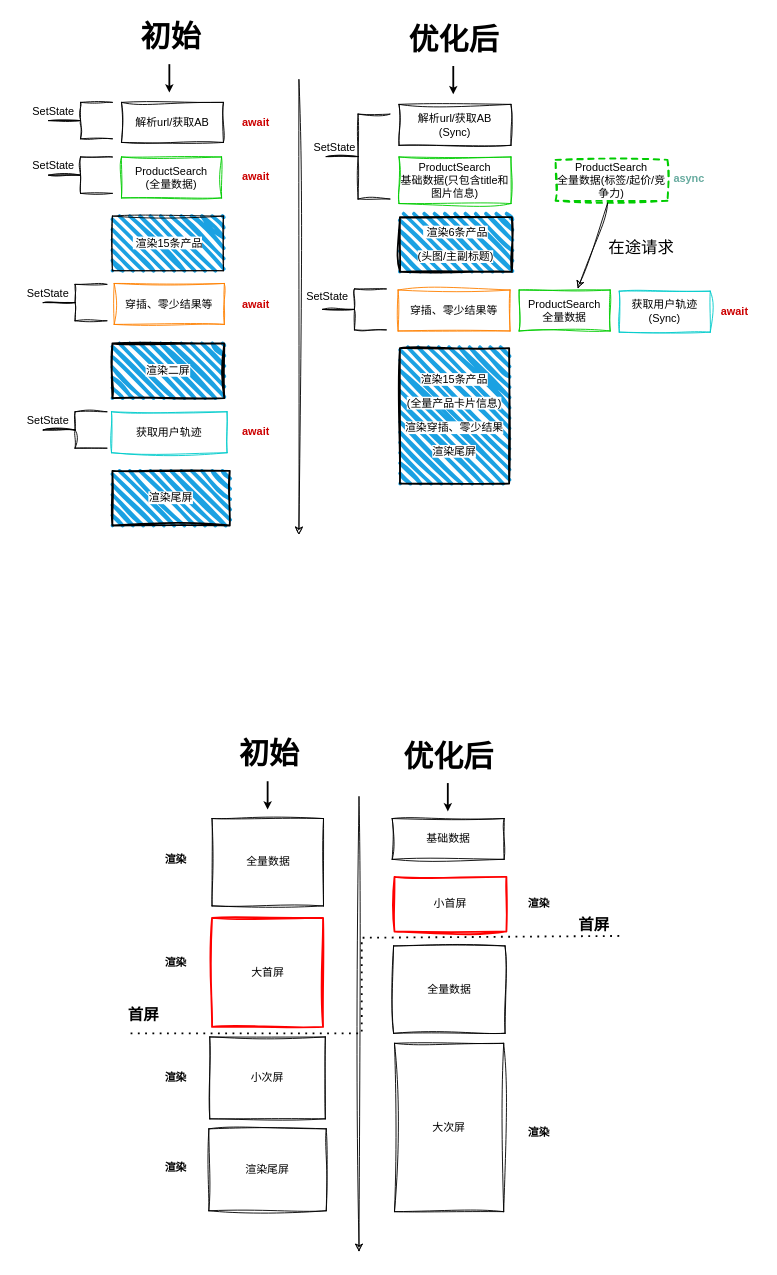
Earlier version of the draw.io diagram page "简约版" (2 of 6) of performance/list优化.drawio (weixiaoH/free). Source tidied: cells renumbered, new cells numbered last; positions are measured from the earlier drawing's top-left corner, leaving out a move shared by most shapes. Both pictures are drawn from the tidied source at 91%, with x=0, y=0 at pixel (15, 15).
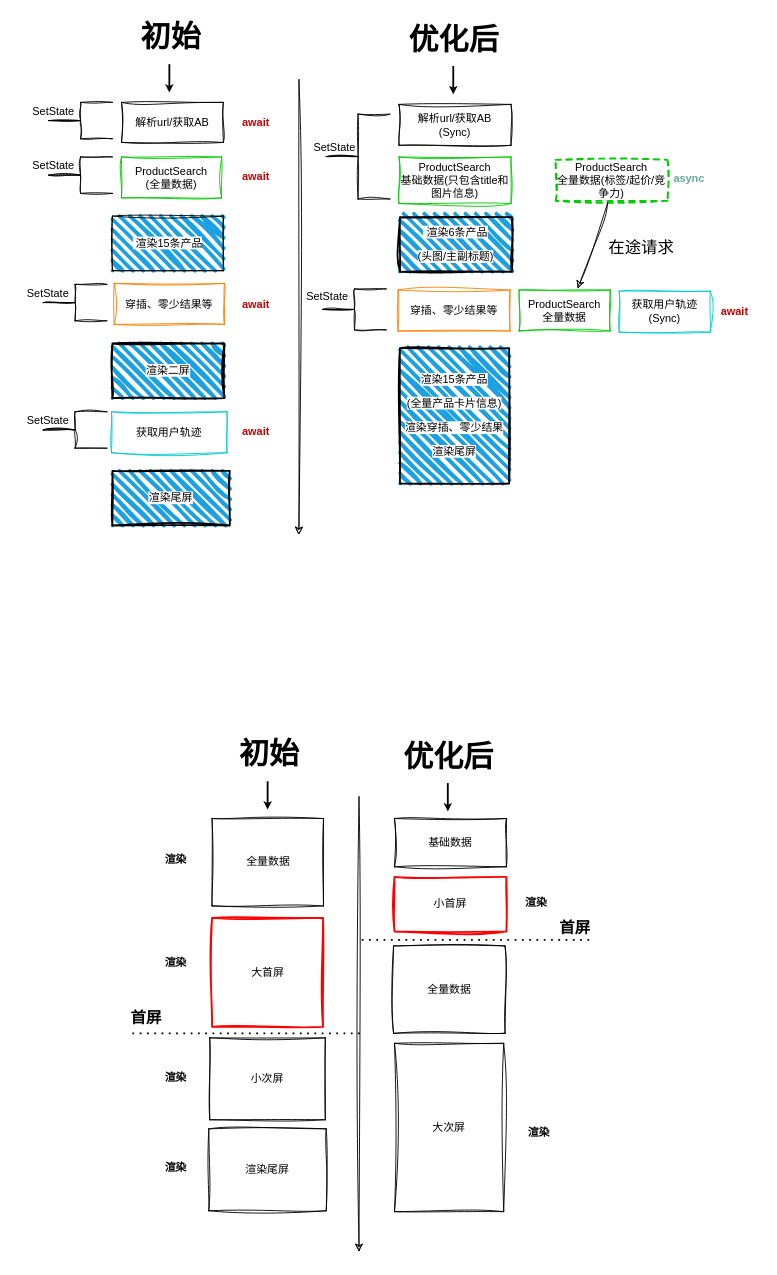
The same diagram, later.

What changed in the source:
```diff
@@
     <mxCell id="56" value="小次屏" style="rounded=0;absoluteArcSize=1;html=1;arcSize=10;whiteSpace=wrap;strokeColor=#000000;fillColor=inherit;fillWeight=4;hachureGap=8;hachureAngle=45;strokeWidth=1;fontFamily=Helvetica;fontSize=12;fontColor=default;shadow=0;glass=0;sketch=1;curveFitting=1;jiggle=2;" parent="1" vertex="1">
-      <mxGeometry x="213" y="1122" width="127" height="90" as="geometry" />
+      <mxGeometry x="213" y="1123" width="127" height="90" as="geometry" />
     </mxCell>
@@
     <mxCell id="60" value="基础数据" style="rounded=0;absoluteArcSize=1;html=1;arcSize=10;whiteSpace=wrap;strokeColor=default;fillColor=inherit;fillWeight=4;hachureGap=8;hachureAngle=45;strokeWidth=1;fontFamily=Helvetica;fontSize=12;fontColor=default;sketch=1;curveFitting=1;jiggle=2;" parent="1" vertex="1">
-      <mxGeometry x="413.5" y="882" width="123" height="44.8" as="geometry" />
+      <mxGeometry x="416" y="882" width="123" height="53" as="geometry" />
     </mxCell>
@@
     <mxCell id="63" style="endArrow=none;dashed=1;html=1;dashPattern=1 3;strokeWidth=2;rounded=0;fontSize=17;fontColor=#287DFA;" parent="1" edge="1">
       <mxGeometry relative="1" as="geometry">
-        <mxPoint x="126" y="1118" as="sourcePoint" />
-        <mxPoint x="666" y="1011" as="targetPoint" />
-        <Array as="points">
-          <mxPoint x="380" y="1118" />
-          <mxPoint x="380" y="1013" />
-        </Array>
+        <mxPoint x="128" y="1118" as="sourcePoint" />
+        <mxPoint x="378" y="1118" as="targetPoint" />
       </mxGeometry>
     </mxCell>
@@
     <mxCell id="68" value="&lt;font color=&quot;#000000&quot;&gt;&lt;b&gt;首屏&lt;/b&gt;&lt;/font&gt;" style="text;html=1;align=center;verticalAlign=middle;strokeColor=none;fillColor=none;fontSize=17;fontColor=#FF0000;" parent="1" vertex="1">
-      <mxGeometry x="113" y="1082" width="54" height="33" as="geometry" />
+      <mxGeometry x="116" y="1085" width="54" height="33" as="geometry" />
     </mxCell>
     <mxCell id="69" value="&lt;font color=&quot;#000000&quot;&gt;&lt;b&gt;首屏&lt;/b&gt;&lt;/font&gt;" style="text;html=1;align=center;verticalAlign=middle;strokeColor=none;fillColor=none;fontSize=17;fontColor=#FF0000;" parent="1" vertex="1">
-      <mxGeometry x="608" y="983" width="54" height="33" as="geometry" />
+      <mxGeometry x="587" y="986" width="54" height="33" as="geometry" />
     </mxCell>
     <mxCell id="70" value="&lt;font color=&quot;#000000&quot;&gt;渲染&lt;/font&gt;" style="text;html=1;strokeColor=none;fillColor=none;align=center;verticalAlign=middle;whiteSpace=wrap;overflow=hidden;fontSize=12;fontFamily=Helvetica;fontColor=#CC0000;fontStyle=1;labelBackgroundColor=none;rounded=0;sketch=1;curveFitting=1;jiggle=2;" parent="1" vertex="1">
-      <mxGeometry x="545" y="959.9" width="60" height="32.5" as="geometry" />
+      <mxGeometry x="542" y="958.6" width="60" height="32.5" as="geometry" />
     </mxCell>
+    <mxCell id="71" style="endArrow=none;dashed=1;html=1;dashPattern=1 3;strokeWidth=2;rounded=0;fontSize=17;fontColor=#287DFA;" parent="1" edge="1">
+      <mxGeometry relative="1" as="geometry">
+        <mxPoint x="380" y="1015.3" as="sourcePoint" />
+        <mxPoint x="630" y="1015.3" as="targetPoint" />
+      </mxGeometry>
+    </mxCell>
```
